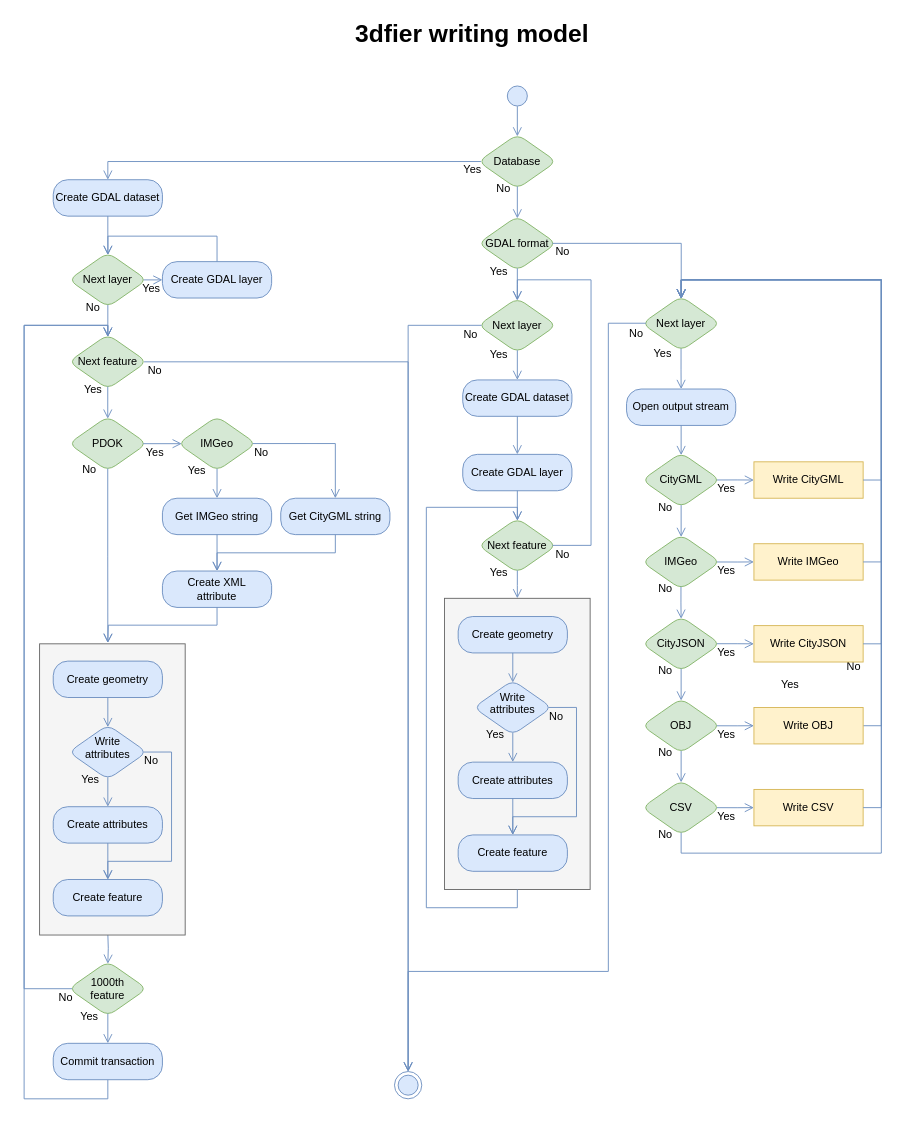
The draw.io diagram resources/flowdiagrams/3dfier writing model.drawio in tudelft3d/3dfier, before the edit. Source tidied: cells renumbered, new cells numbered last; positions are measured from the earlier drawing's top-left corner, leaving out a move shared by most shapes. Both pictures are drawn from the tidied source at 91%, with x=0, y=0 at pixel (24, 15).
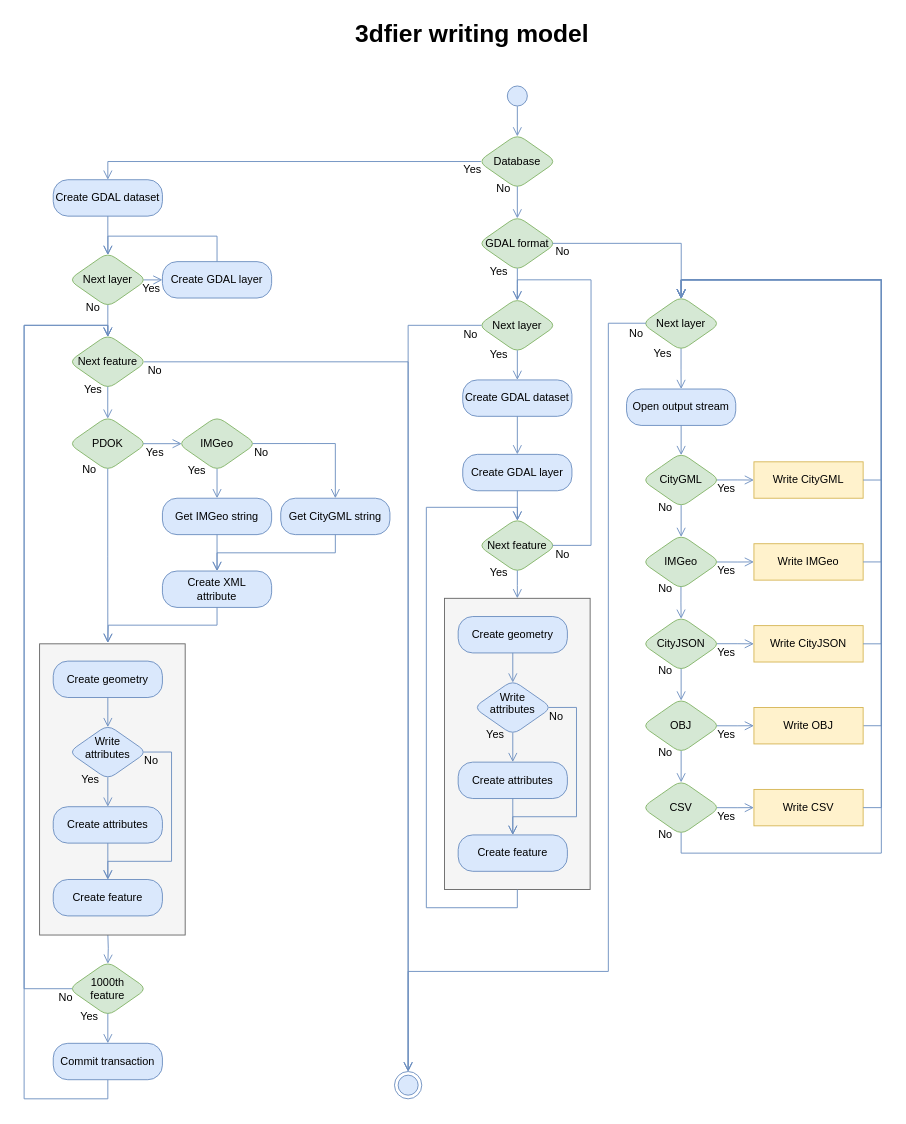
After the change.

Commit message (it also covers changes not shown here):
docs: update flow diagrams

Diff of the diagram source:
```diff
@@
-    <mxCell id="103" value="No" style="text;html=1;strokeColor=none;fillColor=none;align=center;verticalAlign=middle;whiteSpace=wrap;rounded=0;" parent="1" vertex="1">
-      <mxGeometry x="891.9" y="705" width="40" height="20" as="geometry" />
-    </mxCell>
-    <mxCell id="104" value="Yes" style="text;html=1;strokeColor=none;fillColor=none;align=center;verticalAlign=middle;whiteSpace=wrap;rounded=0;" parent="1" vertex="1">
-      <mxGeometry x="821.9" y="725" width="40" height="20" as="geometry" />
-    </mxCell>
```
